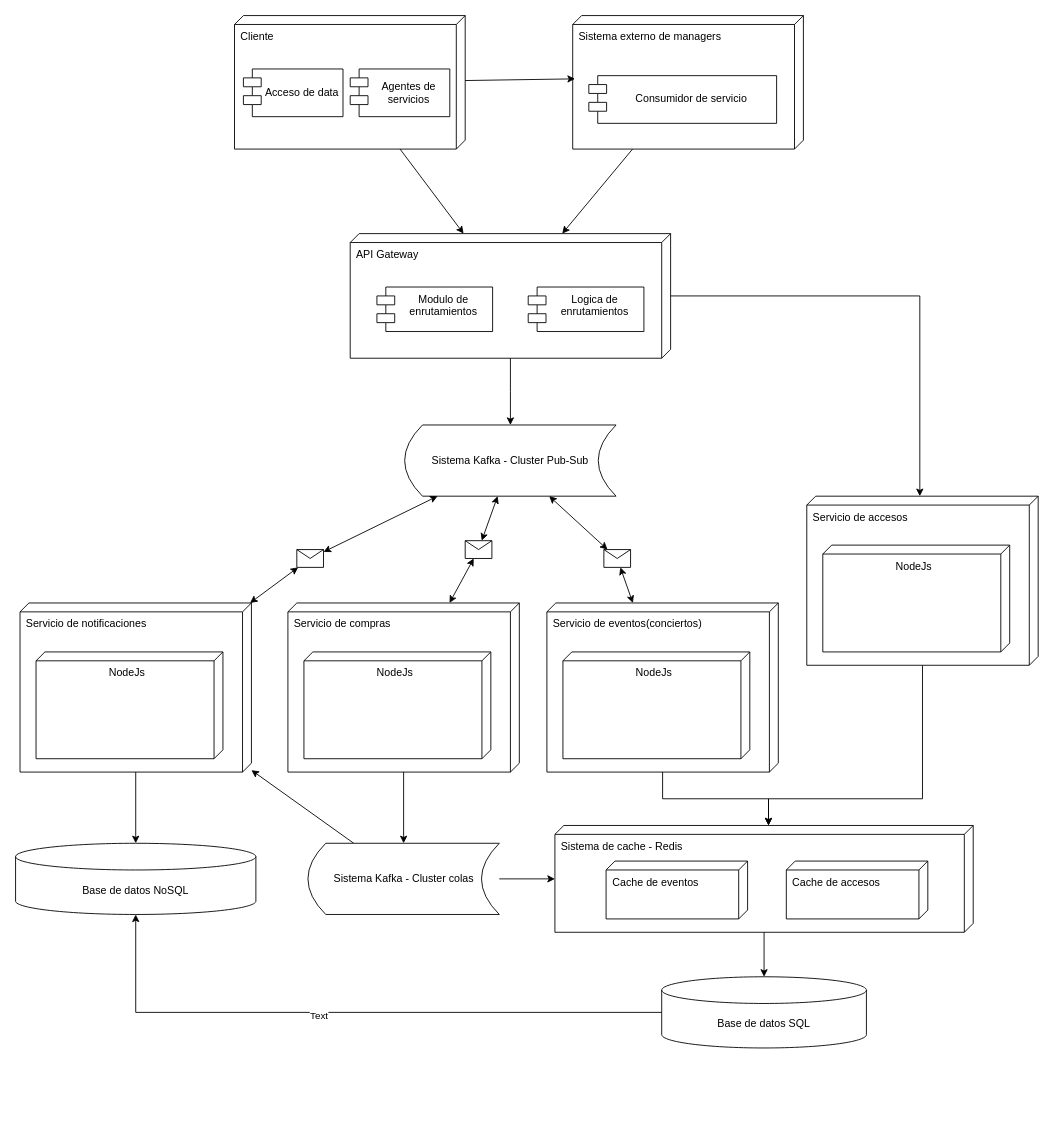
Above: page "Arquitectura de microservicios" (2 of 3) of s01-Grupo3-MusicFest/Proyecto/Imagenes/Drawio/Diagramas_iteraciones.drawio in ulima-arqui241/grupo03 (draw.io), before the change. Source tidied: cells renumbered, new cells numbered last; positions are measured from the earlier drawing's top-left corner, leaving out a move shared by most shapes. Both pictures are drawn from the tidied source at 89%, with x=0, y=0 at pixel (15, 15).
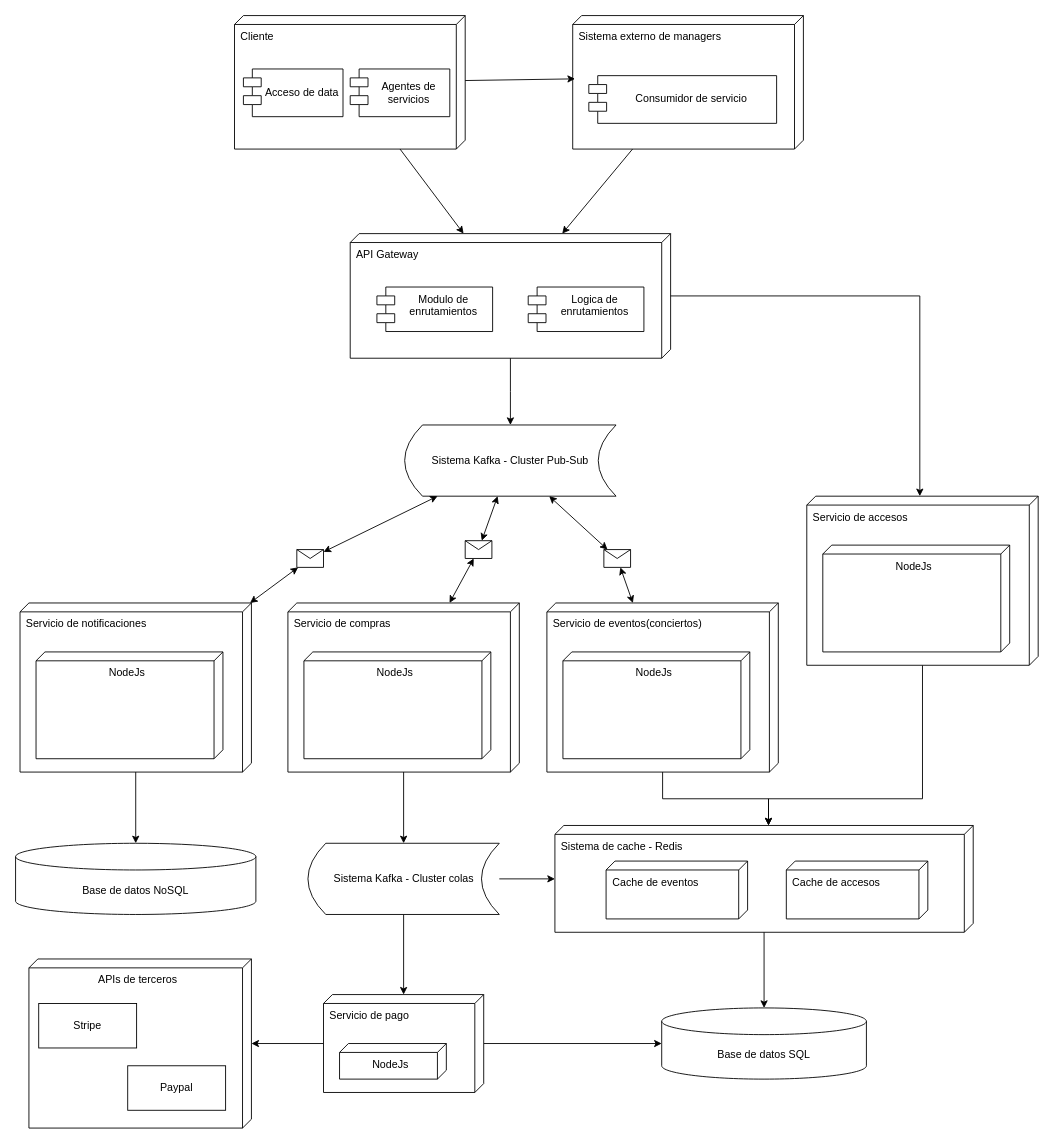
The same page after the edit.

The change refers to these unchanged cells:
```xml
<mxCell id="23" value="Servicio de notificaciones" style="verticalAlign=top;align=left;shape=cube;size=10;direction=south;fontStyle=0;html=1;boundedLbl=1;spacingLeft=5;whiteSpace=wrap;" parent="1" vertex="1">
  <mxGeometry x="5" y="660" width="260" height="190" as="geometry" />
</mxCell>
<mxCell id="42" value="Base de datos NoSQL" style="shape=cylinder3;whiteSpace=wrap;html=1;boundedLbl=1;backgroundOutline=1;size=15;" parent="1" vertex="1">
  <mxGeometry y="930" width="270" height="80" as="geometry" />
</mxCell>
<mxCell id="46" value="Sistema Kafka - Cluster colas" style="shape=dataStorage;whiteSpace=wrap;html=1;fixedSize=1;" parent="1" vertex="1">
  <mxGeometry x="328.5" y="930" width="215" height="80" as="geometry" />
</mxCell>
```

Diff of the diagram source:
```diff
@@
-    <mxCell id="39" style="edgeStyle=orthogonalEdgeStyle;rounded=0;jettySize=auto;html=1;" parent="1" edge="1" source="41" target="42">
-      <mxGeometry relative="1" as="geometry" />
-    </mxCell>
-    <mxCell id="40" value="Text" style="edgeLabel;html=1;align=center;verticalAlign=middle;" parent="39" vertex="1">
-      <mxGeometry x="0.1" y="3" relative="1" as="geometry" />
-    </mxCell>
     <mxCell id="41" value="Base de datos SQL" style="shape=cylinder3;whiteSpace=wrap;html=1;boundedLbl=1;backgroundOutline=1;size=15;" parent="1" vertex="1">
-      <mxGeometry x="726" y="1080" width="230" height="80" as="geometry" />
+      <mxGeometry x="726" y="1115" width="230" height="80" as="geometry" />
     </mxCell>
@@
-    <mxCell id="44" style="rounded=0;jettySize=auto;html=1;" parent="1" edge="1" source="46" target="23">
-      <mxGeometry relative="1" as="geometry" />
-    </mxCell>
@@
+    <mxCell id="52" style="edgeStyle=orthogonalEdgeStyle;rounded=0;jettySize=auto;html=1;" parent="1" edge="1" source="46" target="55">
+      <mxGeometry relative="1" as="geometry" />
+    </mxCell>
@@
+    <mxCell id="53" style="edgeStyle=orthogonalEdgeStyle;rounded=0;jettySize=auto;html=1;" parent="1" edge="1" source="55" target="41">
+      <mxGeometry relative="1" as="geometry" />
+    </mxCell>
+    <mxCell id="54" style="edgeStyle=orthogonalEdgeStyle;rounded=0;jettySize=auto;html=1;" parent="1" edge="1" source="55" target="57">
+      <mxGeometry relative="1" as="geometry" />
+    </mxCell>
+    <mxCell id="55" value="Servicio de pago" style="verticalAlign=top;align=left;shape=cube;size=10;direction=south;fontStyle=0;html=1;boundedLbl=1;spacingLeft=5;whiteSpace=wrap;" parent="1" vertex="1">
+      <mxGeometry x="346" y="1100" width="180" height="110" as="geometry" />
+    </mxCell>
+    <mxCell id="56" value="NodeJs" style="verticalAlign=top;align=center;shape=cube;size=10;direction=south;html=1;boundedLbl=1;spacingLeft=5;whiteSpace=wrap;" parent="55" vertex="1">
+      <mxGeometry width="120" height="40" relative="1" as="geometry">
+        <mxPoint x="18" y="55" as="offset" />
+      </mxGeometry>
+    </mxCell>
+    <mxCell id="57" value="APIs de terceros" style="verticalAlign=top;align=center;shape=cube;size=10;direction=south;html=1;boundedLbl=1;spacingLeft=5;whiteSpace=wrap;" parent="1" vertex="1">
+      <mxGeometry x="15" y="1060" width="250" height="190" as="geometry" />
+    </mxCell>
+    <mxCell id="58" value="Stripe" style="html=1;whiteSpace=wrap;" parent="1" vertex="1">
+      <mxGeometry x="26" y="1110" width="110" height="50" as="geometry" />
+    </mxCell>
+    <mxCell id="59" value="Paypal" style="html=1;whiteSpace=wrap;" parent="1" vertex="1">
+      <mxGeometry x="126" y="1180" width="110" height="50" as="geometry" />
+    </mxCell>
```
